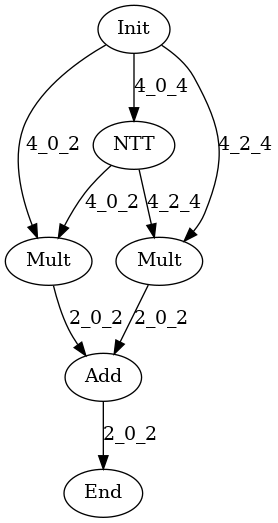
The Graphviz diagram data/graph_poly.dot.png in hal-lab-u-tokyo/PolyFHE, before a commit. Its source is kept beside it as data/graph_poly.dot.
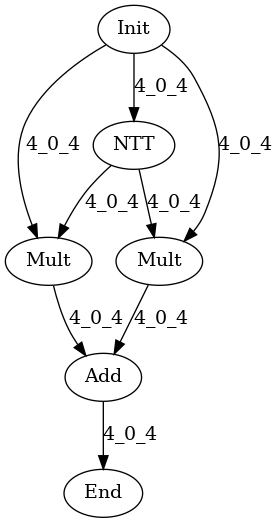
After the commit.

Change to the diagram source:
```diff
@@ -6,11 +6,11 @@
 Mult1[label="Mult"];
 Add[label="Add"];
 Init -> NTT[label="4_0_4"];
-Init -> Mult0[label="4_0_2"];
-Init -> Mult1[label="4_2_4"];
-NTT -> Mult0[label="4_0_2"];
-NTT -> Mult1[label="4_2_4"];
-Mult0 -> Add[label="2_0_2"];
-Mult1 -> Add[label="2_0_2"];
-Add -> End[label="2_0_2"];
+Init -> Mult0[label="4_0_4"];
+Init -> Mult1[label="4_0_4"];
+NTT -> Mult0[label="4_0_4"];
+NTT -> Mult1[label="4_0_4"];
+Mult0 -> Add[label="4_0_4"];
+Mult1 -> Add[label="4_0_4"];
+Add -> End[label="4_0_4"];
 }
```
